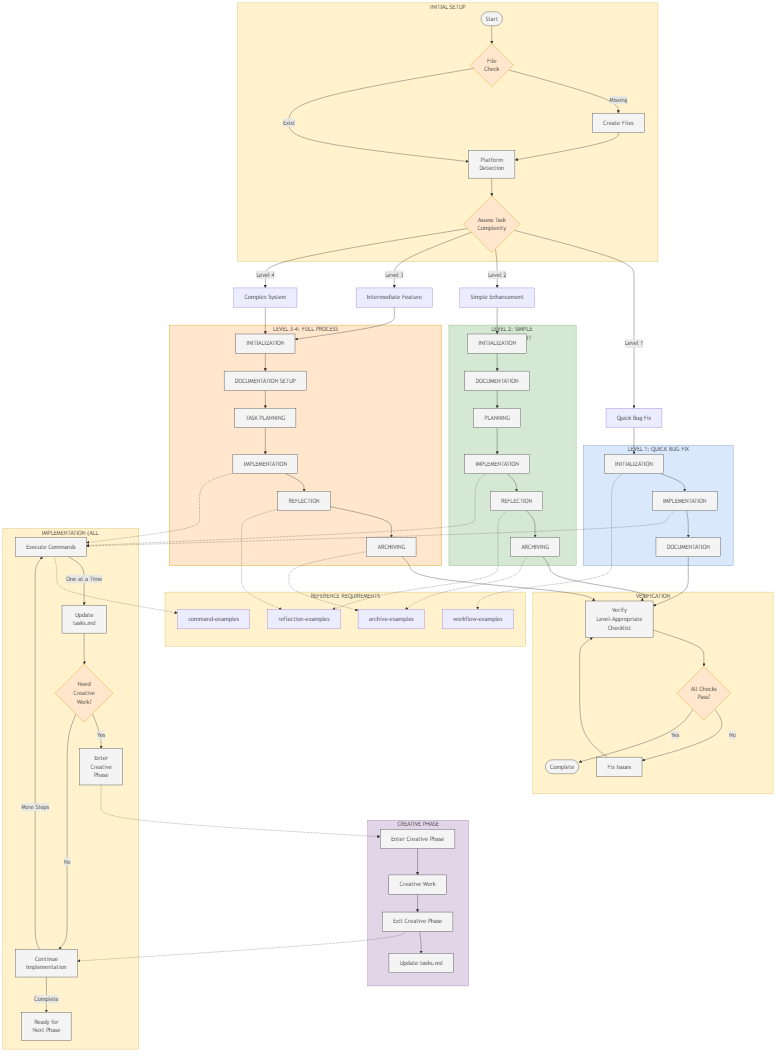
The Mermaid diagram images/memory-bank-diagram.png in yws-coder123/trae-memory-bank, before a commit. Its source is kept beside it as images/memory-bank-diagram.mermaid.
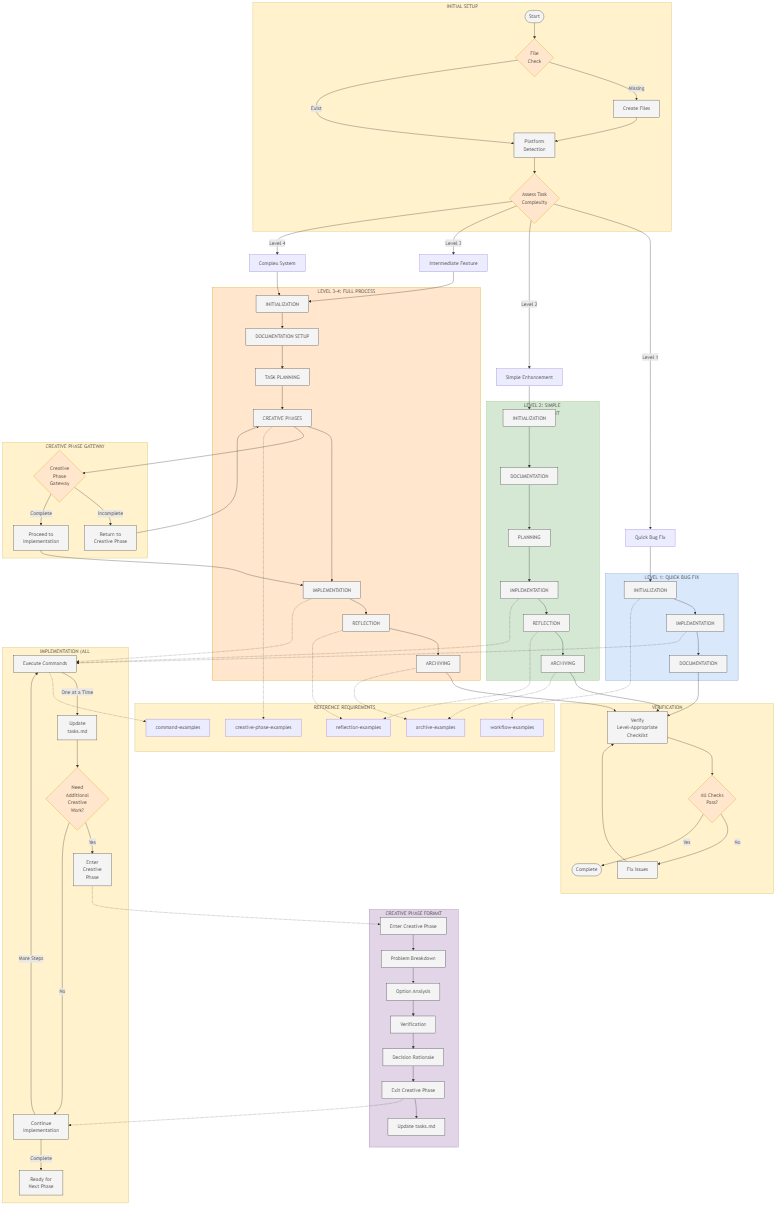
Later version of the same file.

Commit message:
Enhance documentation and workflow for creative phases in the Adaptive Memory-Based Assistant

Change to the diagram source:
```diff
@@ -43,22 +43,26 @@
         direction TB
         L3Init[INITIALIZATION] --> L3Doc[DOCUMENTATION SETUP]
         L3Doc --> L3Plan[TASK PLANNING]
-        L3Plan --> L3Impl[IMPLEMENTATION]
+        L3Plan --> L3Creative[CREATIVE PHASES]
+        L3Creative --> L3Impl[IMPLEMENTATION]
         L3Impl --> L3Reflect[REFLECTION]
         L3Reflect --> L3Archive[ARCHIVING]
     end
 
-    subgraph Creative ["CREATIVE PHASE"]
+    subgraph CreativePhase ["CREATIVE PHASE FORMAT"]
         direction TB
-        creativeStart[Enter Creative Phase] --> creativeWork[Creative Work]
-        creativeWork --> creativeEnd[Exit Creative Phase]
+        creativeStart[Enter Creative Phase] --> problemBreakdown[Problem Breakdown]
+        problemBreakdown --> optionAnalysis[Option Analysis]
+        optionAnalysis --> verification[Verification]
+        verification --> decisionRationale[Decision Rationale]
+        decisionRationale --> creativeEnd[Exit Creative Phase]
         creativeEnd --> creativeUpdate[Update tasks.md]
     end
 
     subgraph Implementation ["IMPLEMENTATION (ALL LEVELS)"]
         direction LR
         impl[Execute Commands] -->|One at a Time| updateTask[Update<br>tasks.md]
-        updateTask --> needCreative{Need<br>Creative<br>Work?}
+        updateTask --> needCreative{Need<br>Additional<br>Creative<br>Work?}
         needCreative -->|Yes| enterCreative[Enter<br>Creative<br>Phase]
         needCreative -->|No| continue[Continue<br>Implementation]
         enterCreative -.-> creativeStart
@@ -75,12 +79,20 @@
         checkAll -->|Yes| complete([Complete])
     end
 
+    subgraph Gateway ["CREATIVE PHASE GATEWAY"]
+        direction TB
+        gateway{Creative<br>Phase<br>Gateway}
+        gateway -->|Incomplete| returnToCreative[Return to<br>Creative Phase]
+        gateway -->|Complete| proceedToImpl[Proceed to<br>Implementation]
+    end
+
     subgraph References ["REFERENCE REQUIREMENTS"]
         direction TB
         ref1[workflow-examples]
         ref2[command-examples]
         ref3[reflection-examples]
         ref4[archive-examples]
+        ref5[creative-phase-examples]
     end
 
     L1Flow --> L1Init
@@ -92,6 +104,10 @@
     L2Impl -.-> impl
     L3Impl -.-> impl
 
+    L3Creative --> gateway
+    returnToCreative --> L3Creative
+    proceedToImpl --> L3Impl
+
     L1Doc --> verify
     L2Archive --> verify
     L3Archive --> verify
@@ -102,19 +118,20 @@
     L3Reflect -.-> ref3
     L2Archive -.-> ref4
     L3Archive -.-> ref4
+    L3Creative -.-> ref5
 
     class start,complete process
-    class checkFiles,complexityAssess,needCreative,checkAll decision
+    class checkFiles,complexityAssess,needCreative,checkAll,gateway decision
     class createFiles,platformDetect process
     class L1Init,L1Impl,L1Doc process
     class L2Init,L2Doc,L2Plan,L2Impl,L2Reflect,L2Archive process
-    class L3Init,L3Doc,L3Plan,L3Impl,L3Reflect,L3Archive process
+    class L3Init,L3Doc,L3Plan,L3Creative,L3Impl,L3Reflect,L3Archive process
     class impl,updateTask,enterCreative,continue,nextPhase process
-    class verify,fixIssues process
-    class creativeStart,creativeWork,creativeEnd,creativeUpdate process
+    class verify,fixIssues,returnToCreative,proceedToImpl process
+    class creativeStart,problemBreakdown,optionAnalysis,verification,decisionRationale,creativeEnd,creativeUpdate process
 
-    class Setup,Verification,References,Implementation section
+    class Setup,Verification,References,Implementation,Gateway section
     class Level1 level1
     class Level2 level2
     class Level3_4 level3
-    class Creative creative
+    class CreativePhase creative
```
